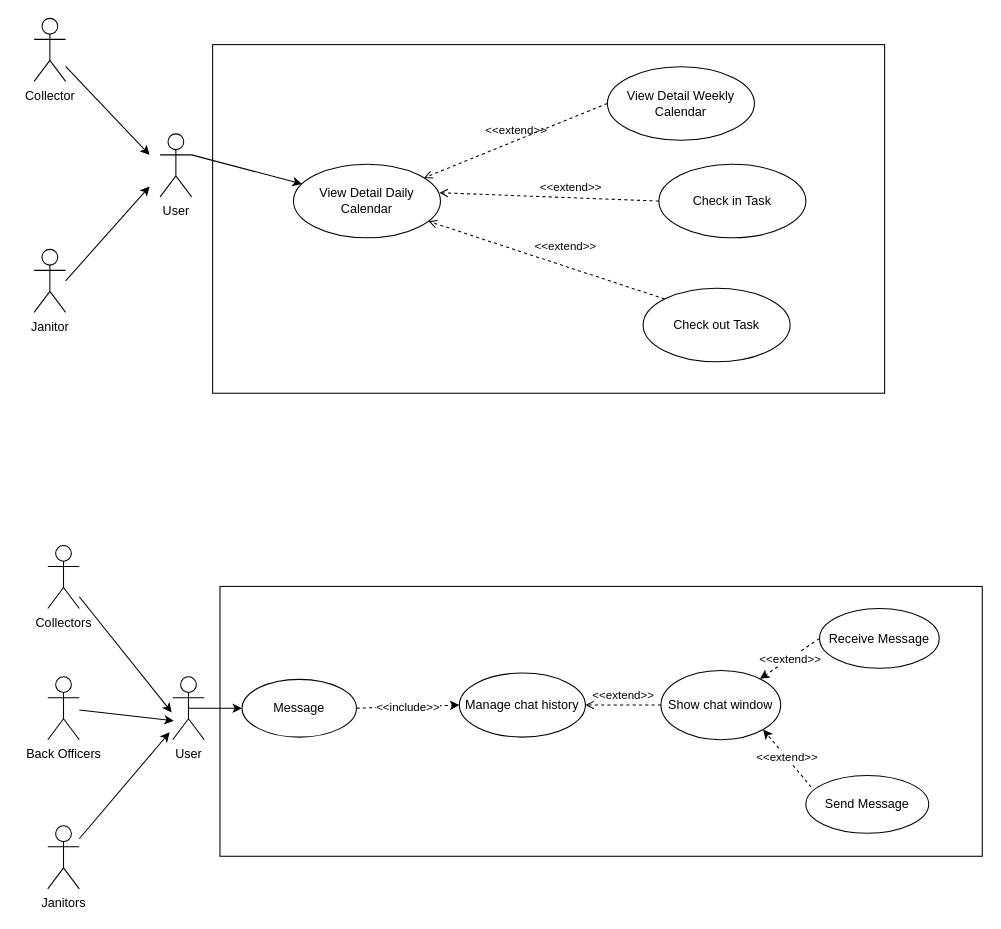
Earlier version of the draw.io diagram Task 1/1.3/View-Check-Mess.drawio (astr0tas/SE-with-Da-Bois---UWC-2.0). Source tidied: cells renumbered, new cells numbered last; positions are measured from the earlier drawing's top-left corner, leaving out a move shared by most shapes. Both pictures are drawn from the tidied source at 105%, with x=0, y=0 at pixel (34, 18).
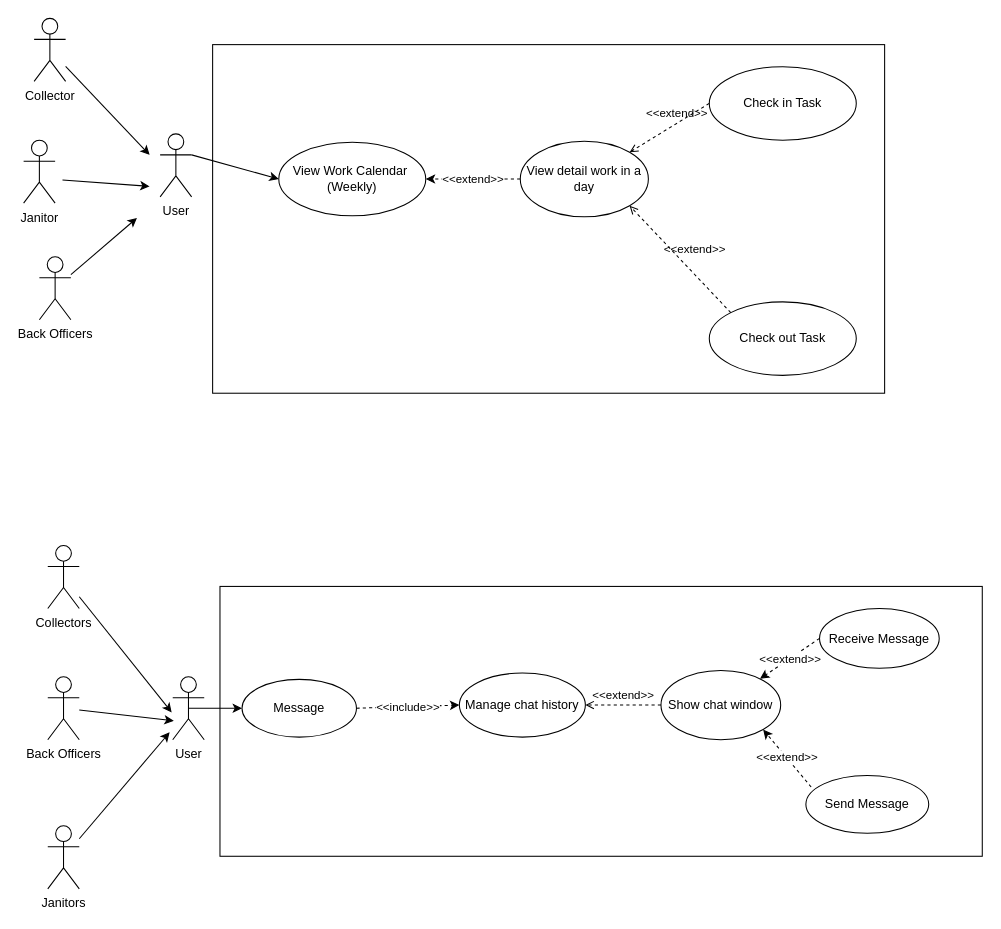
The same page after the edit.

Unchanged cells that the change refers to:
```xml
<mxCell id="4" value="User" style="shape=umlActor;verticalLabelPosition=bottom;verticalAlign=top;html=1;" parent="1" vertex="1">
  <mxGeometry x="120" y="110" width="30" height="60" as="geometry" />
</mxCell>
```

Diff of the diagram source:
```diff
@@
-    <mxCell id="5" value="View Detail Daily Calendar" style="ellipse;whiteSpace=wrap;html=1;" parent="1" vertex="1">
-      <mxGeometry x="247" y="139" width="140" height="70" as="geometry" />
-    </mxCell>
-    <mxCell id="6" value="View Detail Weekly Calendar" style="ellipse;whiteSpace=wrap;html=1;" parent="1" vertex="1">
-      <mxGeometry x="546" y="46" width="140" height="70" as="geometry" />
+    <mxCell id="6" value="View Work Calendar&amp;nbsp;&lt;br&gt;(Weekly)" style="ellipse;whiteSpace=wrap;html=1;" parent="1" vertex="1">
+      <mxGeometry x="233" y="118" width="140" height="70" as="geometry" />
     </mxCell>
-    <mxCell id="7" style="endArrow=classic;html=1;rounded=0;exitX=1;exitY=0.3333333333333333;exitDx=0;exitDy=0;exitPerimeter=0;" parent="1" edge="1" source="4" target="5">
+    <mxCell id="7" style="endArrow=classic;html=1;rounded=0;exitX=1;exitY=0.3333333333333333;exitDx=0;exitDy=0;exitPerimeter=0;entryX=0;entryY=0.5;entryDx=0;entryDy=0;" parent="1" edge="1" source="4" target="6">
       <mxGeometry relative="1" as="geometry" />
     </mxCell>
@@
     <mxCell id="9" value="Janitor" style="shape=umlActor;verticalLabelPosition=bottom;verticalAlign=top;html=1;" parent="1" vertex="1">
-      <mxGeometry y="220" width="30" height="60" as="geometry" />
+      <mxGeometry x="-10" y="116" width="30" height="60" as="geometry" />
     </mxCell>
@@
     <mxCell id="11" style="endArrow=classic;html=1;rounded=0;" parent="1" edge="1">
       <mxGeometry relative="1" as="geometry">
-        <mxPoint x="30" y="250" as="sourcePoint" />
+        <mxPoint x="27" y="154" as="sourcePoint" />
         <mxPoint x="110" y="160" as="targetPoint" />
       </mxGeometry>
     </mxCell>
     <mxCell id="12" value="Check in Task" style="ellipse;whiteSpace=wrap;html=1;" parent="1" vertex="1">
-      <mxGeometry x="595" y="139" width="140" height="70" as="geometry" />
+      <mxGeometry x="643" y="46" width="140" height="70" as="geometry" />
     </mxCell>
     <mxCell id="13" value="Check out Task" style="ellipse;whiteSpace=wrap;html=1;" parent="1" vertex="1">
-      <mxGeometry x="580" y="257" width="140" height="70" as="geometry" />
+      <mxGeometry x="643" y="270" width="140" height="70" as="geometry" />
     </mxCell>
@@
-    <mxCell id="15" value="&amp;lt;&amp;lt;extend&amp;gt;&amp;gt;" style="html=1;verticalAlign=bottom;labelBackgroundColor=none;endArrow=open;endFill=0;dashed=1;rounded=0;exitX=0;exitY=0.5;exitDx=0;exitDy=0;" parent="1" edge="1" source="6" target="5">
-      <mxGeometry relative="1" as="geometry" />
-    </mxCell>
-    <mxCell id="16" value="&amp;lt;&amp;lt;extend&amp;gt;&amp;gt;" style="html=1;verticalAlign=bottom;labelBackgroundColor=none;endArrow=open;endFill=0;dashed=1;rounded=0;entryX=0.993;entryY=0.386;entryDx=0;entryDy=0;exitX=0;exitY=0.5;exitDx=0;exitDy=0;entryPerimeter=0;" parent="1" edge="1" source="12" target="5">
+    <mxCell id="16" value="&amp;lt;&amp;lt;extend&amp;gt;&amp;gt;" style="html=1;verticalAlign=bottom;labelBackgroundColor=none;endArrow=open;endFill=0;dashed=1;rounded=0;exitX=0;exitY=0.5;exitDx=0;exitDy=0;entryX=1;entryY=0;entryDx=0;entryDy=0;" parent="1" edge="1" source="12" target="35">
       <mxGeometry x="-0.2" y="-1" relative="1" as="geometry" />
     </mxCell>
-    <mxCell id="17" value="&amp;lt;&amp;lt;extend&amp;gt;&amp;gt;" style="html=1;verticalAlign=bottom;labelBackgroundColor=none;endArrow=open;endFill=0;dashed=1;rounded=0;exitX=0;exitY=0;exitDx=0;exitDy=0;" parent="1" edge="1" source="13" target="5">
+    <mxCell id="17" value="&amp;lt;&amp;lt;extend&amp;gt;&amp;gt;" style="html=1;verticalAlign=bottom;labelBackgroundColor=none;endArrow=open;endFill=0;dashed=1;rounded=0;exitX=0;exitY=0;exitDx=0;exitDy=0;entryX=1;entryY=1;entryDx=0;entryDy=0;" parent="1" edge="1" source="13" target="35">
       <mxGeometry x="-0.13" y="-10" relative="1" as="geometry" />
     </mxCell>
@@
+    <mxCell id="35" value="View detail work in a day" style="ellipse;whiteSpace=wrap;html=1;" parent="1" vertex="1">
+      <mxGeometry x="463" y="117" width="122" height="72" as="geometry" />
+    </mxCell>
+    <mxCell id="15" value="&amp;lt;&amp;lt;extend&amp;gt;&amp;gt;" style="endArrow=classic;html=1;rounded=0;exitX=0;exitY=0.5;exitDx=0;exitDy=0;entryX=1;entryY=0.5;entryDx=0;entryDy=0;dashed=1;" parent="1" edge="1" source="35" target="6">
+      <mxGeometry relative="1" as="geometry" />
+    </mxCell>
+    <mxCell id="36" value="Back Officers" style="shape=umlActor;verticalLabelPosition=bottom;verticalAlign=top;html=1;" parent="1" vertex="1">
+      <mxGeometry x="5" y="227" width="30" height="60" as="geometry" />
+    </mxCell>
+    <mxCell id="37" style="endArrow=classic;html=1;rounded=0;" parent="1" edge="1" source="36">
+      <mxGeometry relative="1" as="geometry">
+        <mxPoint x="98" y="190" as="targetPoint" />
+      </mxGeometry>
+    </mxCell>
```
